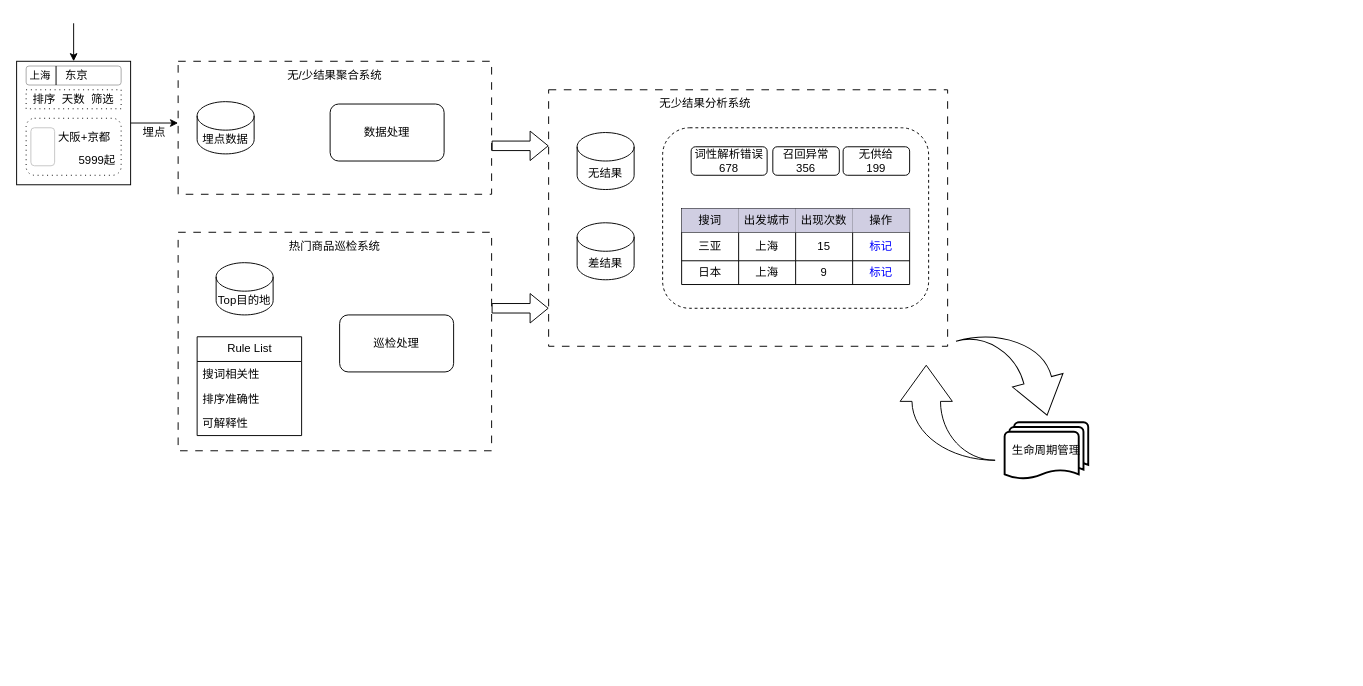
This is 旅游搜索引擎质量评估平台工具建设.drawio from haiyang1985/draw-io, a draw.io file, before an edit. Source tidied: cells renumbered, new cells numbered last; positions are measured from the earlier drawing's top-left corner, leaving out a move shared by most shapes. Both pictures are drawn from the tidied source at 95%, with x=0, y=0 at pixel (16, 23).
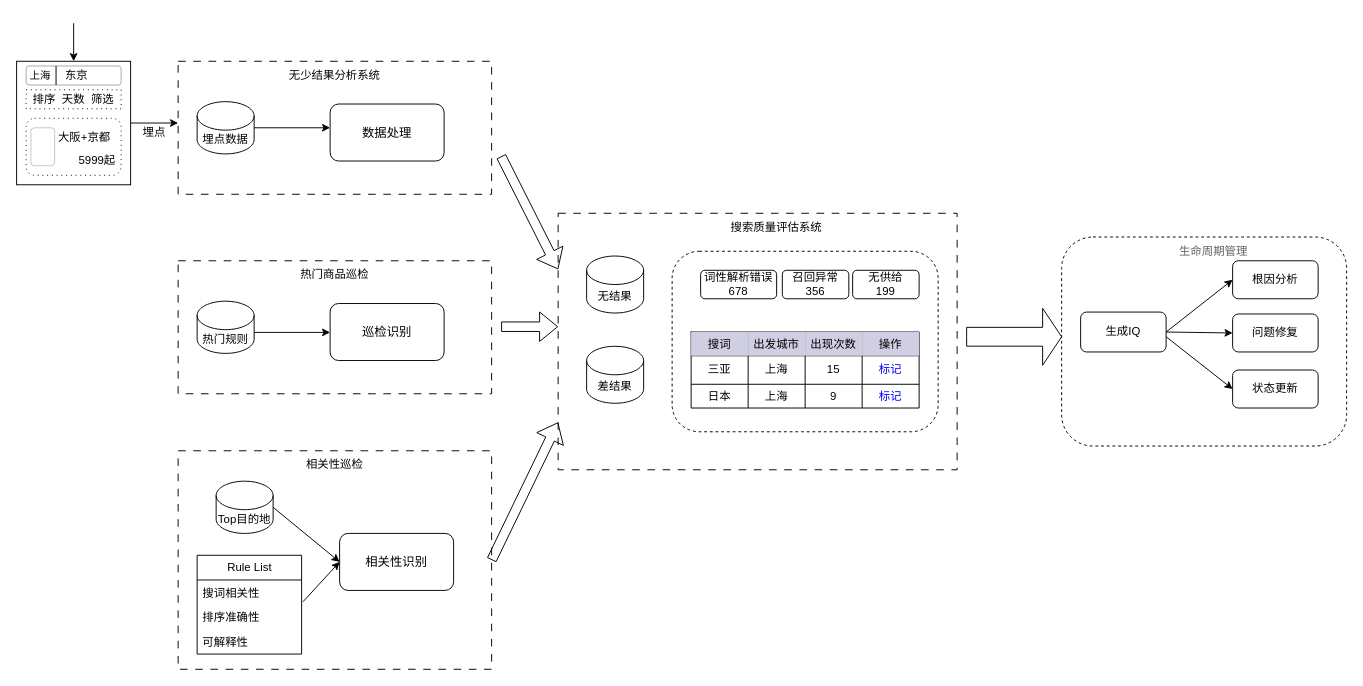
The same page after the edit.

Commit message:
更新旅游搜索引擎质量评估平台工具建设.drawio

The change refers to these unchanged cells:
```xml
<mxCell id="20" value="埋点数据" style="shape=cylinder3;whiteSpace=wrap;html=1;boundedLbl=1;backgroundOutline=1;size=15;" parent="1" vertex="1">
  <mxGeometry x="190" y="82.5" width="60" height="55" as="geometry" />
</mxCell>
<mxCell id="25" value="排序准确性" style="text;strokeColor=none;fillColor=none;align=left;verticalAlign=top;spacingLeft=4;spacingRight=4;overflow=hidden;points=[[0,0.5],[1,0.5]];portConstraint=eastwest;whiteSpace=wrap;html=1;" parent="23" vertex="1">
  <mxGeometry y="52" width="110" height="26" as="geometry" />
</mxCell>
```

What changed in the source:
```diff
@@
     <mxCell id="2" style="rounded=0;whiteSpace=wrap;html=1;dashed=1;dashPattern=8 8;" parent="1" vertex="1">
-      <mxGeometry x="170" y="220" width="330" height="230" as="geometry" />
+      <mxGeometry x="170" y="450" width="330" height="230" as="geometry" />
     </mxCell>
-    <mxCell id="3" value="热门商品巡检系统" style="text;html=1;align=center;verticalAlign=middle;whiteSpace=wrap;rounded=0;" parent="1" vertex="1">
-      <mxGeometry x="275" y="220" width="120" height="30" as="geometry" />
+    <mxCell id="3" value="相关性巡检" style="text;html=1;align=center;verticalAlign=middle;whiteSpace=wrap;rounded=0;" parent="1" vertex="1">
+      <mxGeometry x="275" y="450" width="120" height="30" as="geometry" />
     </mxCell>
@@
-    <mxCell id="5" value="无/少结果聚合系统" style="text;html=1;align=center;verticalAlign=middle;whiteSpace=wrap;rounded=0;" parent="1" vertex="1">
+    <mxCell id="5" value="无少结果分析系统" style="text;html=1;align=center;verticalAlign=middle;whiteSpace=wrap;rounded=0;" parent="1" vertex="1">
       <mxGeometry x="275" y="40" width="120" height="30" as="geometry" />
     </mxCell>
@@
     <mxCell id="18" style="rounded=0;whiteSpace=wrap;html=1;dashed=1;dashPattern=8 8;" parent="1" vertex="1">
-      <mxGeometry x="560" y="70" width="420" height="270" as="geometry" />
+      <mxGeometry x="570" y="200" width="420" height="270" as="geometry" />
     </mxCell>
-    <mxCell id="19" value="无少结果分析系统" style="text;html=1;align=center;verticalAlign=middle;whiteSpace=wrap;rounded=0;" parent="1" vertex="1">
-      <mxGeometry x="675" y="70" width="100" height="30" as="geometry" />
+    <mxCell id="19" value="搜索质量评估系统" style="text;html=1;align=center;verticalAlign=middle;whiteSpace=wrap;rounded=0;" parent="1" vertex="1">
+      <mxGeometry x="750" y="200" width="100" height="30" as="geometry" />
     </mxCell>
@@
-    <mxCell id="21" value="数据处理" style="rounded=1;whiteSpace=wrap;html=1;" parent="1" vertex="1">
+    <mxCell id="21" value="数据处理" style="rounded=1;whiteSpace=wrap;html=1;fontSize=13;" parent="1" vertex="1">
       <mxGeometry x="330" y="85" width="120" height="60" as="geometry" />
     </mxCell>
     <mxCell id="22" value="Top目的地" style="shape=cylinder3;whiteSpace=wrap;html=1;boundedLbl=1;backgroundOutline=1;size=15;" parent="1" vertex="1">
-      <mxGeometry x="210" y="252" width="60" height="55" as="geometry" />
+      <mxGeometry x="210" y="482" width="60" height="55" as="geometry" />
     </mxCell>
     <mxCell id="23" value="Rule List" style="swimlane;fontStyle=0;horizontal=1;startSize=26;fillColor=none;html=1;" parent="1" vertex="1">
-      <mxGeometry x="190" y="330" width="110" height="104" as="geometry" />
+      <mxGeometry x="190" y="560" width="110" height="104" as="geometry" />
     </mxCell>
@@
-    <mxCell id="27" value="巡检处理" style="rounded=1;whiteSpace=wrap;html=1;" parent="1" vertex="1">
-      <mxGeometry x="340" y="307" width="120" height="60" as="geometry" />
+    <mxCell id="27" value="相关性识别" style="rounded=1;whiteSpace=wrap;html=1;fontSize=13;" parent="1" vertex="1">
+      <mxGeometry x="340" y="537" width="120" height="60" as="geometry" />
     </mxCell>
     <mxCell id="28" value="无结果" style="shape=cylinder3;whiteSpace=wrap;html=1;boundedLbl=1;backgroundOutline=1;size=15;" parent="1" vertex="1">
-      <mxGeometry x="590" y="115" width="60" height="60" as="geometry" />
+      <mxGeometry x="600" y="245" width="60" height="60" as="geometry" />
     </mxCell>
     <mxCell id="29" value="差结果" style="shape=cylinder3;whiteSpace=wrap;html=1;boundedLbl=1;backgroundOutline=1;size=15;" parent="1" vertex="1">
-      <mxGeometry x="590" y="210" width="60" height="60" as="geometry" />
+      <mxGeometry x="600" y="340" width="60" height="60" as="geometry" />
     </mxCell>
     <mxCell id="30" style="rounded=1;whiteSpace=wrap;html=1;dashed=1;" parent="1" vertex="1">
-      <mxGeometry x="680" y="110" width="280" height="190" as="geometry" />
+      <mxGeometry x="690" y="240" width="280" height="190" as="geometry" />
     </mxCell>
     <mxCell id="31" value="&lt;div&gt;词性解析错误&lt;/div&gt;&lt;div&gt;678&lt;/div&gt;" style="rounded=1;whiteSpace=wrap;html=1;" parent="1" vertex="1">
-      <mxGeometry x="710" y="130" width="80" height="30" as="geometry" />
+      <mxGeometry x="720" y="260" width="80" height="30" as="geometry" />
     </mxCell>
     <mxCell id="32" value="召回异常&lt;div&gt;356&lt;/div&gt;" style="rounded=1;whiteSpace=wrap;html=1;" parent="1" vertex="1">
-      <mxGeometry x="796" y="130" width="70" height="30" as="geometry" />
+      <mxGeometry x="806" y="260" width="70" height="30" as="geometry" />
     </mxCell>
     <mxCell id="33" value="无供给&lt;br&gt;&lt;div&gt;199&lt;/div&gt;" style="rounded=1;whiteSpace=wrap;html=1;" parent="1" vertex="1">
-      <mxGeometry x="870" y="130" width="70" height="30" as="geometry" />
+      <mxGeometry x="880" y="260" width="70" height="30" as="geometry" />
     </mxCell>
     <mxCell id="34" style="shape=table;startSize=0;childLayout=tableLayout;fontSize=12;" parent="1" vertex="1">
-      <mxGeometry x="700" y="195" width="240" height="80" as="geometry" />
+      <mxGeometry x="710" y="325" width="240" height="80" as="geometry" />
     </mxCell>
@@
     <mxCell id="50" style="shape=flexArrow;endArrow=classic;html=1;rounded=0;" parent="1" edge="1">
       <mxGeometry relative="1" as="geometry">
-        <mxPoint x="500" y="129" as="sourcePoint" />
-        <mxPoint x="560" y="129" as="targetPoint" />
+        <mxPoint x="510" y="140" as="sourcePoint" />
+        <mxPoint x="570" y="259" as="targetPoint" />
       </mxGeometry>
     </mxCell>
     <mxCell id="51" style="shape=flexArrow;endArrow=classic;html=1;rounded=0;" parent="1" edge="1">
       <mxGeometry relative="1" as="geometry">
-        <mxPoint x="500" y="300" as="sourcePoint" />
-        <mxPoint x="560" y="300" as="targetPoint" />
+        <mxPoint x="510" y="319.4" as="sourcePoint" />
+        <mxPoint x="570" y="319.4" as="targetPoint" />
       </mxGeometry>
     </mxCell>
+    <mxCell id="55" style="rounded=1;whiteSpace=wrap;html=1;strokeColor=default;align=center;verticalAlign=middle;fontFamily=Helvetica;fontSize=12;fontColor=default;fillColor=default;dashed=1;" parent="1" vertex="1">
+      <mxGeometry x="1100" y="225" width="300" height="220" as="geometry" />
+    </mxCell>
+    <mxCell id="56" value="生成IQ" style="rounded=1;whiteSpace=wrap;html=1;strokeColor=default;align=center;verticalAlign=middle;fontFamily=Helvetica;fontSize=12;fontColor=default;fillColor=default;" parent="1" vertex="1">
+      <mxGeometry x="1120" y="304" width="90" height="42" as="geometry" />
+    </mxCell>
+    <mxCell id="57" value="问题修复" style="rounded=1;whiteSpace=wrap;html=1;strokeColor=default;align=center;verticalAlign=middle;fontFamily=Helvetica;fontSize=12;fontColor=default;fillColor=default;" parent="1" vertex="1">
+      <mxGeometry x="1280" y="306" width="90" height="40" as="geometry" />
+    </mxCell>
+    <mxCell id="58" value="根因分析" style="rounded=1;whiteSpace=wrap;html=1;strokeColor=default;align=center;verticalAlign=middle;fontFamily=Helvetica;fontSize=12;fontColor=default;fillColor=default;" parent="1" vertex="1">
+      <mxGeometry x="1280" y="250" width="90" height="40" as="geometry" />
+    </mxCell>
+    <mxCell id="59" value="状态更新" style="rounded=1;whiteSpace=wrap;html=1;strokeColor=default;align=center;verticalAlign=middle;fontFamily=Helvetica;fontSize=12;fontColor=default;fillColor=default;" parent="1" vertex="1">
+      <mxGeometry x="1280" y="365" width="90" height="40" as="geometry" />
+    </mxCell>
+    <mxCell id="60" style="endArrow=classic;html=1;rounded=0;fontFamily=Helvetica;fontSize=12;fontColor=default;exitX=1;exitY=0.5;exitDx=0;exitDy=0;entryX=0;entryY=0.5;entryDx=0;entryDy=0;" parent="1" edge="1" source="56" target="58">
+      <mxGeometry relative="1" as="geometry" />
+    </mxCell>
+    <mxCell id="61" style="endArrow=classic;html=1;rounded=0;fontFamily=Helvetica;fontSize=12;fontColor=default;exitX=1;exitY=0.5;exitDx=0;exitDy=0;entryX=0;entryY=0.5;entryDx=0;entryDy=0;" parent="1" edge="1" source="56" target="57">
+      <mxGeometry relative="1" as="geometry" />
+    </mxCell>
+    <mxCell id="62" style="endArrow=classic;html=1;rounded=0;fontFamily=Helvetica;fontSize=12;fontColor=default;entryX=0;entryY=0.5;entryDx=0;entryDy=0;" parent="1" edge="1" target="59">
+      <mxGeometry relative="1" as="geometry">
+        <mxPoint x="1210" y="330" as="sourcePoint" />
+      </mxGeometry>
+    </mxCell>
-    <mxCell id="52" value="生命周期管理" style="strokeWidth=2;html=1;shape=mxgraph.flowchart.multi-document;whiteSpace=wrap;" parent="1" vertex="1">
-      <mxGeometry x="1040" y="420" width="88" height="60" as="geometry" />
+    <mxCell id="52" value="生命周期管理" style="text;html=1;align=center;verticalAlign=middle;whiteSpace=wrap;rounded=0;fontFamily=Helvetica;fontSize=12;fontColor=#626262;" parent="1" vertex="1">
+      <mxGeometry x="1220" y="225" width="80" height="30" as="geometry" />
     </mxCell>
-    <mxCell id="53" style="html=1;shadow=0;dashed=0;align=center;verticalAlign=middle;shape=mxgraph.arrows2.jumpInArrow;dy=15;dx=38;arrowHead=55;rotation=75;" parent="1" vertex="1">
-      <mxGeometry x="1000" y="320" width="100" height="100" as="geometry" />
-    </mxCell>
-    <mxCell id="54" style="html=1;shadow=0;dashed=0;align=center;verticalAlign=middle;shape=mxgraph.arrows2.jumpInArrow;dy=15;dx=38;arrowHead=55;rotation=-90;" parent="1" vertex="1">
-      <mxGeometry x="930" y="360" width="100" height="100" as="geometry" />
-    </mxCell>
+    <mxCell id="63" style="html=1;shadow=0;dashed=0;align=center;verticalAlign=middle;shape=mxgraph.arrows2.arrow;dy=0.67;dx=20;notch=0;" parent="1" vertex="1">
+      <mxGeometry x="1000" y="300" width="100" height="60" as="geometry" />
+    </mxCell>
+    <mxCell id="64" style="rounded=0;whiteSpace=wrap;html=1;dashed=1;dashPattern=8 8;" parent="1" vertex="1">
+      <mxGeometry x="170" y="250" width="330" height="140" as="geometry" />
+    </mxCell>
+    <mxCell id="65" value="热门商品巡检" style="text;html=1;align=center;verticalAlign=middle;whiteSpace=wrap;rounded=0;" parent="1" vertex="1">
+      <mxGeometry x="275" y="250" width="120" height="30" as="geometry" />
+    </mxCell>
+    <mxCell id="66" value="热门规则" style="shape=cylinder3;whiteSpace=wrap;html=1;boundedLbl=1;backgroundOutline=1;size=15;" parent="1" vertex="1">
+      <mxGeometry x="190" y="292.5" width="60" height="55" as="geometry" />
+    </mxCell>
+    <mxCell id="67" value="巡检识别" style="rounded=1;whiteSpace=wrap;html=1;fontSize=13;" parent="1" vertex="1">
+      <mxGeometry x="330" y="295" width="120" height="60" as="geometry" />
+    </mxCell>
+    <mxCell id="68" style="endArrow=classic;html=1;rounded=0;exitX=1;exitY=0.5;exitDx=0;exitDy=0;exitPerimeter=0;entryX=0;entryY=0.5;entryDx=0;entryDy=0;" parent="1" edge="1" source="22" target="27">
+      <mxGeometry relative="1" as="geometry" />
+    </mxCell>
+    <mxCell id="69" style="endArrow=classic;html=1;rounded=0;exitX=1.013;exitY=-0.118;exitDx=0;exitDy=0;exitPerimeter=0;entryX=0;entryY=0.5;entryDx=0;entryDy=0;" parent="1" edge="1" source="25" target="27">
+      <mxGeometry relative="1" as="geometry" />
+    </mxCell>
+    <mxCell id="70" style="shape=flexArrow;endArrow=classic;html=1;rounded=0;exitX=1;exitY=0.5;exitDx=0;exitDy=0;entryX=0;entryY=0.815;entryDx=0;entryDy=0;entryPerimeter=0;" parent="1" edge="1" source="2" target="18">
+      <mxGeometry relative="1" as="geometry" />
+    </mxCell>
+    <mxCell id="71" style="endArrow=classic;html=1;rounded=0;exitX=1;exitY=0.5;exitDx=0;exitDy=0;exitPerimeter=0;" parent="1" edge="1" source="20">
+      <mxGeometry relative="1" as="geometry">
+        <mxPoint x="330" y="110" as="targetPoint" />
+      </mxGeometry>
+    </mxCell>
+    <mxCell id="72" style="endArrow=classic;html=1;rounded=0;exitX=1;exitY=0.5;exitDx=0;exitDy=0;exitPerimeter=0;" parent="1" edge="1">
+      <mxGeometry relative="1" as="geometry">
+        <mxPoint x="250" y="325.4" as="sourcePoint" />
+        <mxPoint x="330" y="325.4" as="targetPoint" />
+      </mxGeometry>
+    </mxCell>
```
